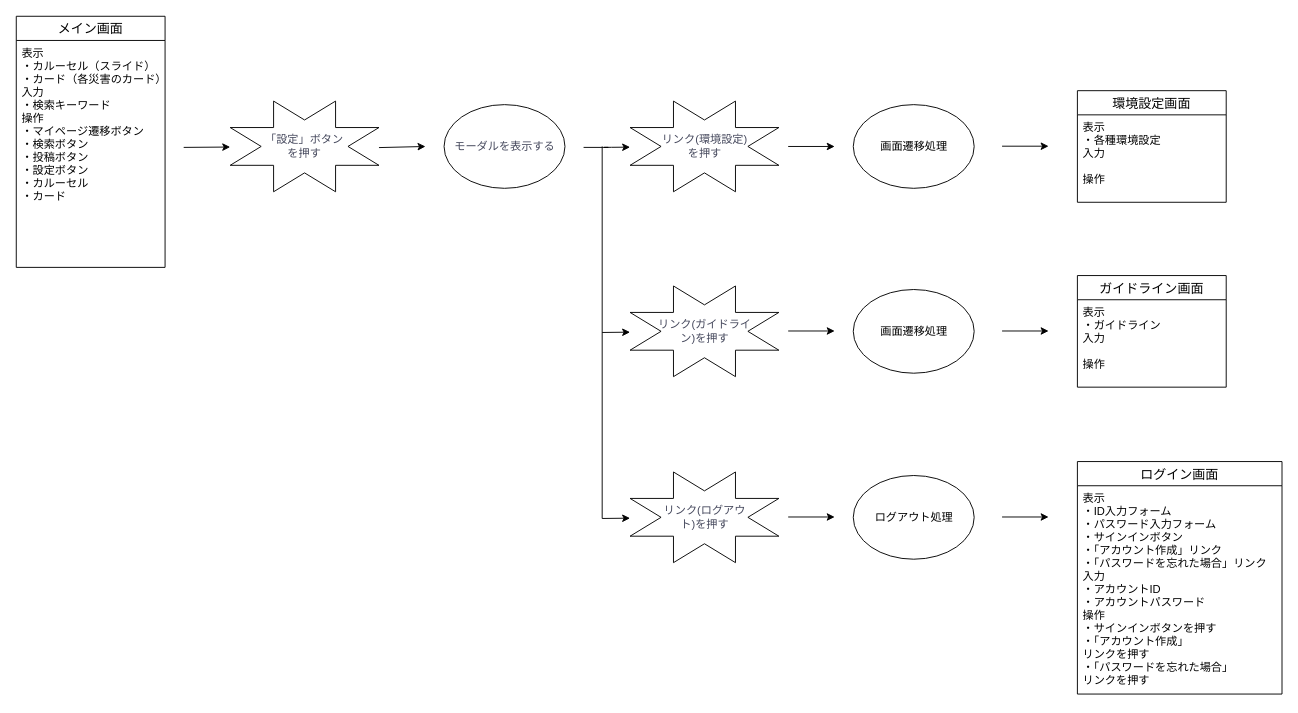
Ryusei44237/sotuken keeps this draw.io diagram as 画面遷移図/メイン画面(設定ボタン).drawio. Above is the earlier version. Source tidied: cells renumbered, new cells numbered last; positions are measured from the earlier drawing's top-left corner, leaving out a move shared by most shapes. Both pictures are drawn from the tidied source at 93%, with x=0, y=0 at pixel (16, 16).
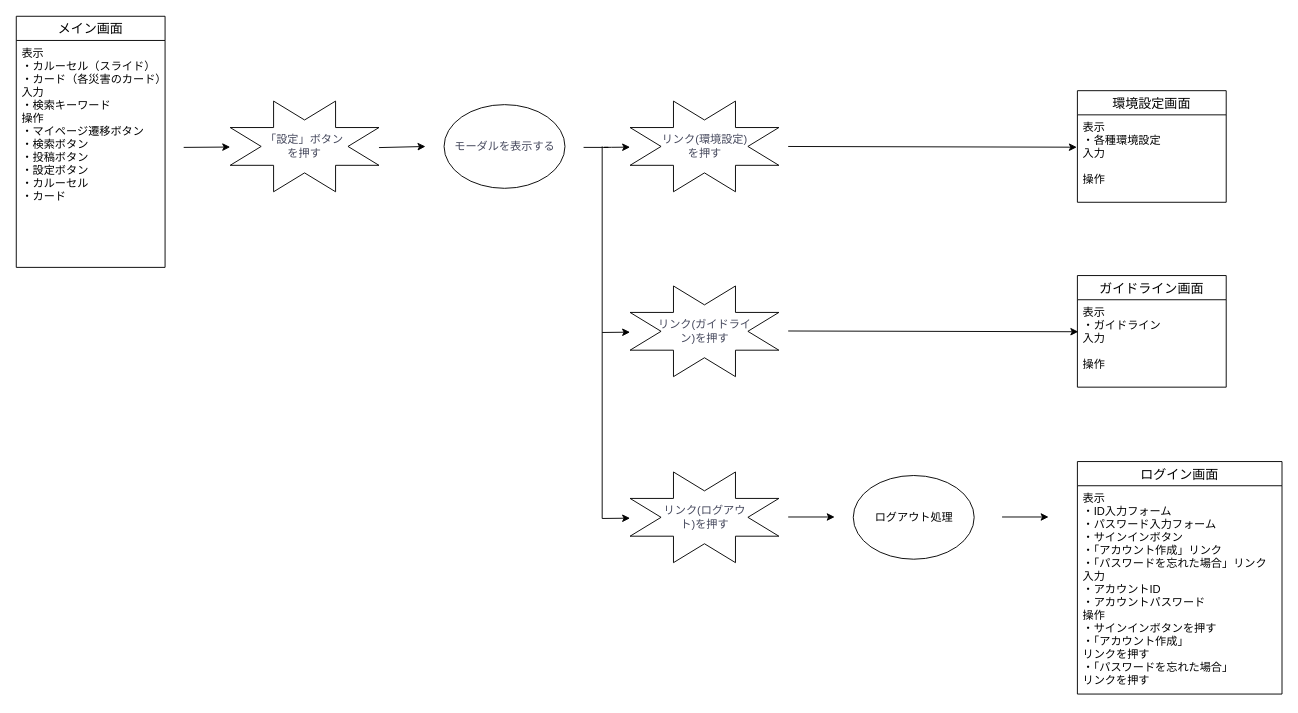
After the change.

Unchanged cells that the change refers to:
```xml
<mxCell id="13" value="表示&#10;・各種環境設定&#10;入力&#10;&#10;操作&#10;" style="text;strokeColor=none;fillColor=none;spacingLeft=4;spacingRight=4;overflow=hidden;points=[[0,0.5],[1,0.5]];portConstraint=eastwest;fontSize=12;" parent="12" vertex="1">
  <mxGeometry y="26" width="160" height="94" as="geometry" />
</mxCell>
<mxCell id="23" value="表示&#10;・ガイドライン&#10;入力&#10;&#10;操作&#10;" style="text;strokeColor=none;fillColor=none;spacingLeft=4;spacingRight=4;overflow=hidden;points=[[0,0.5],[1,0.5]];portConstraint=eastwest;fontSize=12;" parent="22" vertex="1">
  <mxGeometry y="26" width="160" height="94" as="geometry" />
</mxCell>
```

Change to the diagram source:
```diff
@@
-    <mxCell id="10" style="ellipse;whiteSpace=wrap;html=1;rounded=0;sketch=0;strokeColor=#000000;fillColor=#FFFFFF;fontColor=#46495D;" parent="1" vertex="1">
-      <mxGeometry x="900" y="95" width="130" height="90" as="geometry" />
-    </mxCell>
-    <mxCell id="11" value="画面遷移処理" style="text;html=1;strokeColor=none;fillColor=none;align=center;verticalAlign=middle;whiteSpace=wrap;rounded=0;" parent="1" vertex="1">
-      <mxGeometry x="927.5" y="130" width="75" height="20" as="geometry" />
-    </mxCell>
@@
-    <mxCell id="18" style="ellipse;whiteSpace=wrap;html=1;rounded=0;sketch=0;strokeColor=#000000;fillColor=#FFFFFF;fontColor=#46495D;" parent="1" vertex="1">
-      <mxGeometry x="900" y="293.8" width="130" height="90" as="geometry" />
-    </mxCell>
@@
-    <mxCell id="20" value="画面遷移処理" style="text;html=1;strokeColor=none;fillColor=none;align=center;verticalAlign=middle;whiteSpace=wrap;rounded=0;" parent="1" vertex="1">
-      <mxGeometry x="927.5" y="328.8" width="75" height="20" as="geometry" />
-    </mxCell>
@@
-    <mxCell id="32" style="endArrow=classic;html=1;" parent="1" edge="1">
+    <mxCell id="32" style="endArrow=classic;html=1;entryX=-0.004;entryY=0.37;entryDx=0;entryDy=0;entryPerimeter=0;" parent="1" edge="1" target="13">
       <mxGeometry relative="1" as="geometry">
         <mxPoint x="830" y="140" as="sourcePoint" />
-        <mxPoint x="880" y="140" as="targetPoint" />
       </mxGeometry>
     </mxCell>
-    <mxCell id="33" style="endArrow=classic;html=1;" parent="1" edge="1">
+    <mxCell id="33" style="endArrow=classic;html=1;entryX=0.006;entryY=0.366;entryDx=0;entryDy=0;entryPerimeter=0;" parent="1" edge="1" target="23">
       <mxGeometry relative="1" as="geometry">
         <mxPoint x="830" y="338.4" as="sourcePoint" />
-        <mxPoint x="880" y="338.4" as="targetPoint" />
       </mxGeometry>
     </mxCell>
@@
-    <mxCell id="35" style="endArrow=classic;html=1;" parent="1" edge="1">
-      <mxGeometry relative="1" as="geometry">
-        <mxPoint x="1060" y="139.7" as="sourcePoint" />
-        <mxPoint x="1110" y="139.7" as="targetPoint" />
-      </mxGeometry>
-    </mxCell>
-    <mxCell id="36" style="endArrow=classic;html=1;" parent="1" edge="1">
-      <mxGeometry relative="1" as="geometry">
-        <mxPoint x="1060" y="338.4" as="sourcePoint" />
-        <mxPoint x="1110" y="338.4" as="targetPoint" />
-      </mxGeometry>
-    </mxCell>
```
